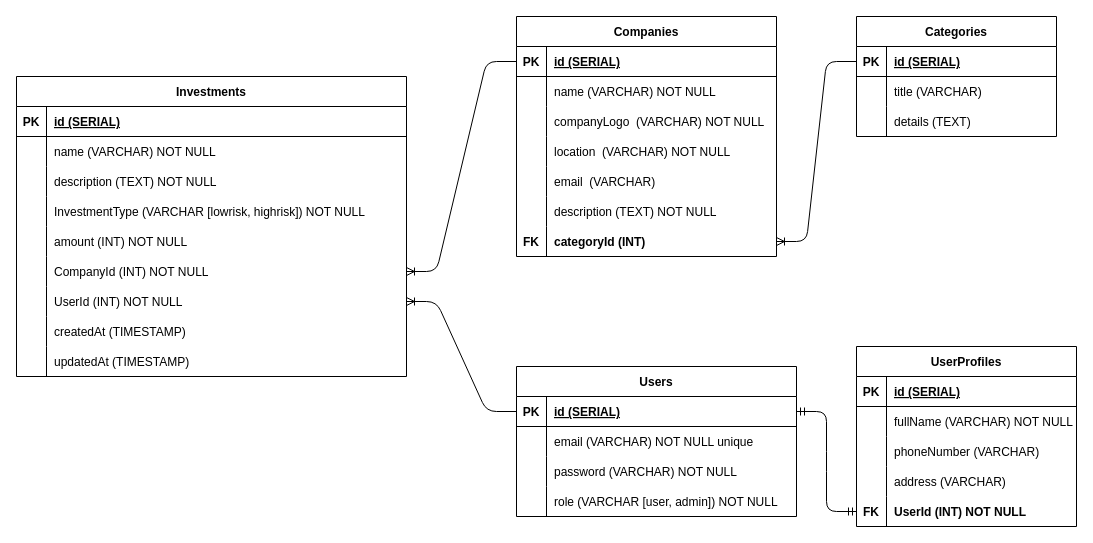
Above: schema.drawio in dekalouis/Wealthify (draw.io), before the change. Source tidied: cells renumbered, new cells numbered last; positions are measured from the earlier drawing's top-left corner, leaving out a move shared by most shapes. Both pictures are drawn from the tidied source at 100%, with x=0, y=0 at pixel (16, 16).
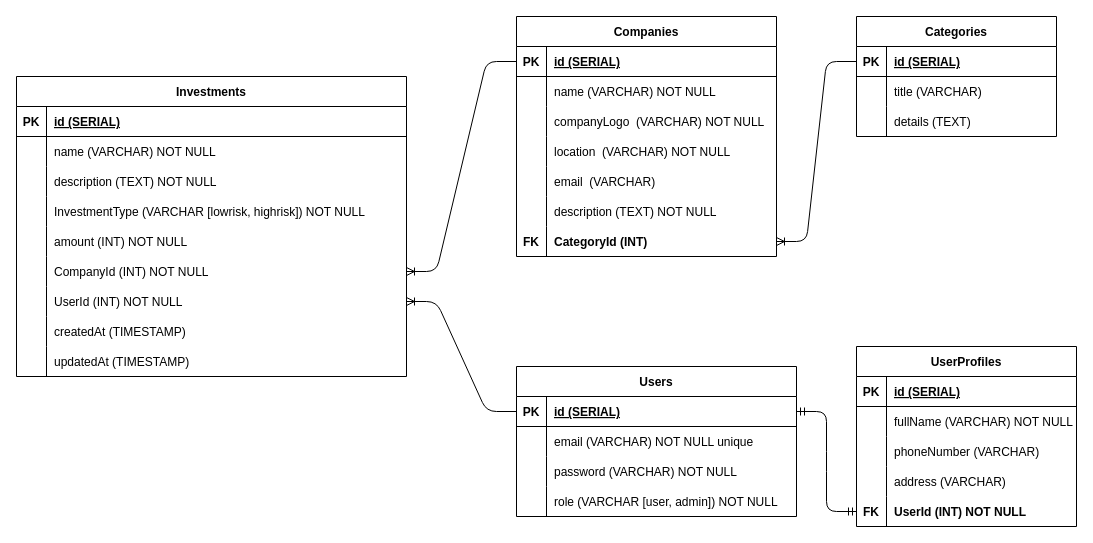
The same page after the edit.

The change refers to these unchanged cells:
```xml
<mxCell id="80" style="shape=tableRow;horizontal=0;startSize=0;swimlaneHead=0;swimlaneBody=0;fillColor=none;points=[[0,0.5],[1,0.5]];portConstraint=eastwest;top=0;left=0;right=0;bottom=0;" parent="61" vertex="1">
  <mxGeometry y="210" width="260" height="30" as="geometry" />
</mxCell>
```

What changed in the source:
```diff
@@
-    <mxCell id="82" value="categoryId (INT)" style="shape=partialRectangle;fillColor=none;top=0;left=0;bottom=0;right=0;align=left;spacingLeft=6;overflow=hidden;fontStyle=1;" parent="80" vertex="1">
+    <mxCell id="82" value="CategoryId (INT)" style="shape=partialRectangle;fillColor=none;top=0;left=0;bottom=0;right=0;align=left;spacingLeft=6;overflow=hidden;fontStyle=1;" parent="80" vertex="1">
       <mxGeometry x="30" width="230" height="30" as="geometry" />
     </mxCell>
```
